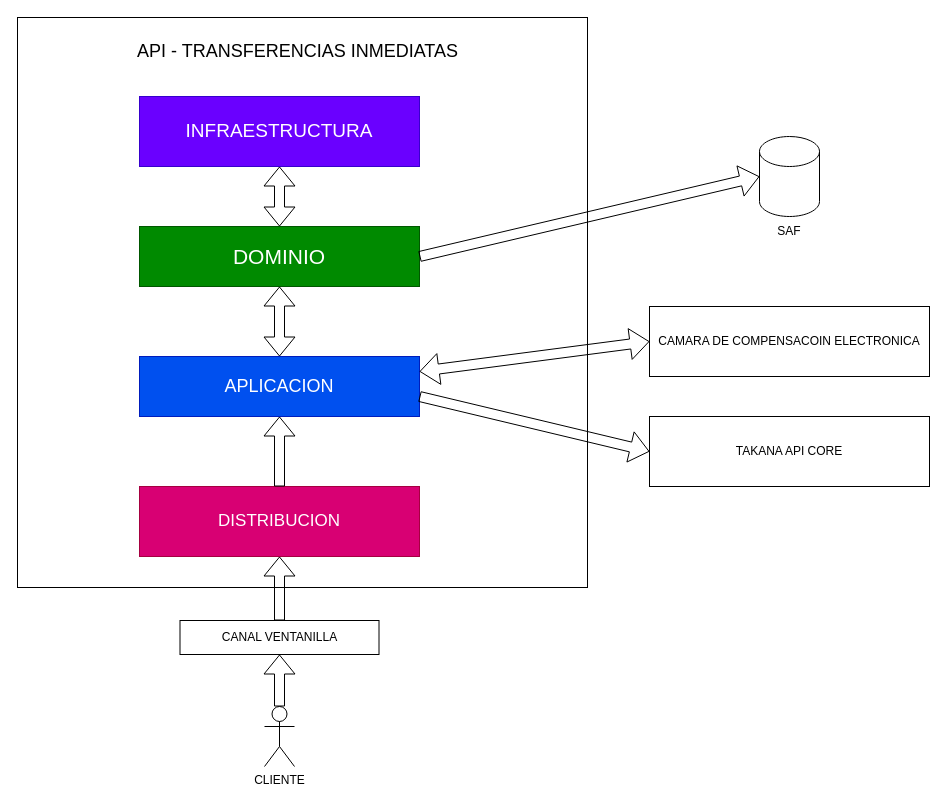
Before: page "Arquitectura Api" (10 of 12) of Diagramas.drawio in Richard-MJ/CMACT, a draw.io diagram. Source tidied: cells renumbered, new cells numbered last; positions are measured from the earlier drawing's top-left corner, leaving out a move shared by most shapes. Both pictures are drawn from the tidied source at 100%, with x=0, y=0 at pixel (17, 17).
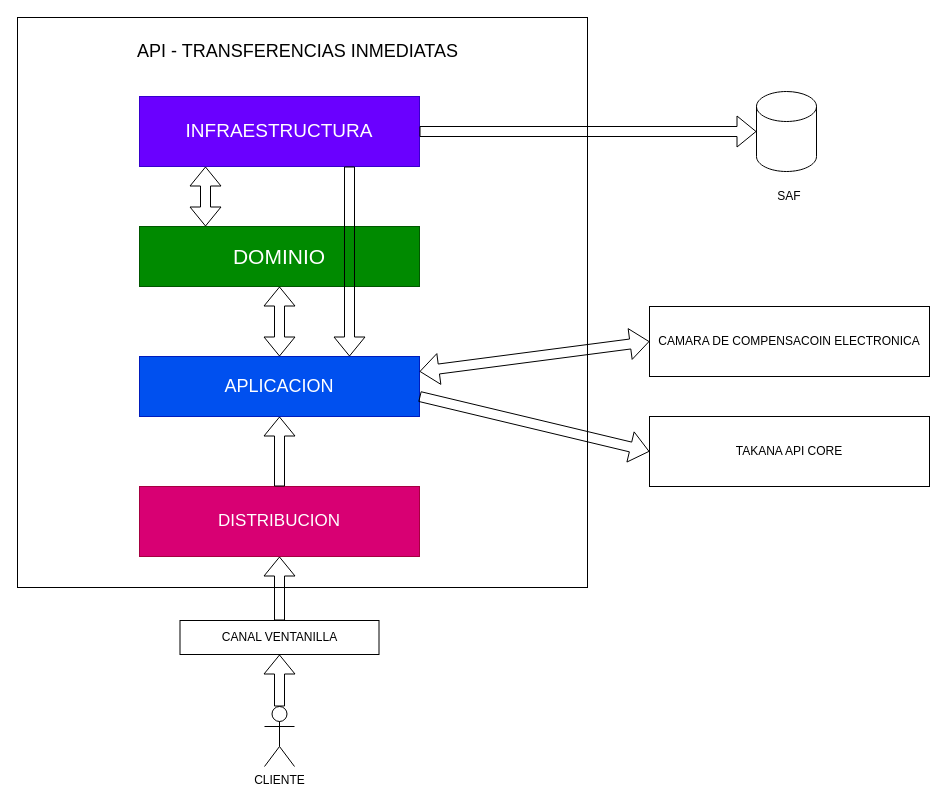
Above is the later version.

Unchanged cells that the change refers to:
```xml
<mxCell id="3" value="&lt;font style=&quot;font-size: 19px;&quot;&gt;INFRAESTRUCTURA&lt;/font&gt;" style="rounded=0;whiteSpace=wrap;html=1;fillColor=#6a00ff;fontColor=#ffffff;strokeColor=#3700CC;" parent="1" vertex="1">
  <mxGeometry x="122" y="79" width="280" height="70" as="geometry" />
</mxCell>
<mxCell id="4" value="&lt;font style=&quot;font-size: 21px;&quot;&gt;DOMINIO&lt;/font&gt;" style="rounded=0;whiteSpace=wrap;html=1;fillColor=#008a00;fontColor=#ffffff;strokeColor=#005700;" parent="1" vertex="1">
  <mxGeometry x="122" y="209" width="280" height="60" as="geometry" />
</mxCell>
<mxCell id="5" value="&lt;font style=&quot;font-size: 18px;&quot;&gt;APLICACION&lt;/font&gt;" style="rounded=0;whiteSpace=wrap;html=1;fillColor=#0050ef;fontColor=#ffffff;strokeColor=#001DBC;" parent="1" vertex="1">
  <mxGeometry x="122" y="339" width="280" height="60" as="geometry" />
</mxCell>
```

What changed in the source:
```diff
@@
-    <mxCell id="7" style="shape=flexArrow;endArrow=classic;startArrow=classic;html=1;rounded=0;entryX=0.5;entryY=1;entryDx=0;entryDy=0;" parent="1" edge="1" source="4" target="3">
-      <mxGeometry relative="1" as="geometry" />
+    <mxCell id="7" style="shape=flexArrow;endArrow=classic;startArrow=classic;html=1;rounded=0;entryX=0.5;entryY=1;entryDx=0;entryDy=0;" parent="1" edge="1">
+      <mxGeometry relative="1" as="geometry">
+        <mxPoint x="188" y="209" as="sourcePoint" />
+        <mxPoint x="188" y="149" as="targetPoint" />
+      </mxGeometry>
     </mxCell>
@@
     <mxCell id="19" style="shape=cylinder3;whiteSpace=wrap;html=1;boundedLbl=1;backgroundOutline=1;size=15;" parent="1" vertex="1">
-      <mxGeometry x="742" y="119" width="60" height="80" as="geometry" />
+      <mxGeometry x="739" y="74" width="60" height="80" as="geometry" />
     </mxCell>
-    <mxCell id="20" style="shape=flexArrow;endArrow=classic;html=1;rounded=0;entryX=0;entryY=0.5;entryDx=0;entryDy=0;entryPerimeter=0;exitX=1;exitY=0.5;exitDx=0;exitDy=0;" parent="1" edge="1" source="4" target="19">
+    <mxCell id="20" style="shape=flexArrow;endArrow=classic;html=1;rounded=0;entryX=0;entryY=0.5;entryDx=0;entryDy=0;entryPerimeter=0;exitX=1;exitY=0.5;exitDx=0;exitDy=0;" parent="1" edge="1" source="3" target="19">
       <mxGeometry relative="1" as="geometry" />
     </mxCell>
     <mxCell id="21" value="SAF" style="text;strokeColor=none;align=center;fillColor=none;html=1;verticalAlign=middle;whiteSpace=wrap;rounded=0;" parent="1" vertex="1">
-      <mxGeometry x="742" y="199" width="60" height="30" as="geometry" />
+      <mxGeometry x="742" y="164" width="60" height="30" as="geometry" />
     </mxCell>
+    <mxCell id="22" style="shape=flexArrow;endArrow=classic;html=1;rounded=0;entryX=0.75;entryY=0;entryDx=0;entryDy=0;exitX=0.75;exitY=1;exitDx=0;exitDy=0;" parent="1" edge="1" source="3" target="5">
+      <mxGeometry relative="1" as="geometry" />
+    </mxCell>
```
